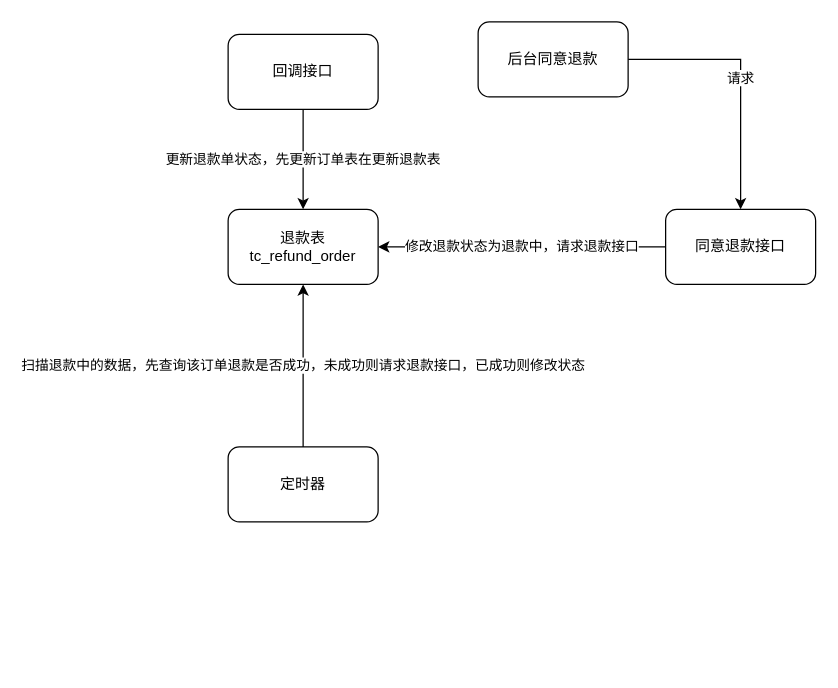
Before: 退款流程图.drawio in 1363797161/fang, a draw.io diagram. Source tidied: cells renumbered, new cells numbered last; positions are measured from the earlier drawing's top-left corner, leaving out a move shared by most shapes. Both pictures are drawn from the tidied source at 125%, with x=0, y=0 at pixel (228, 21).
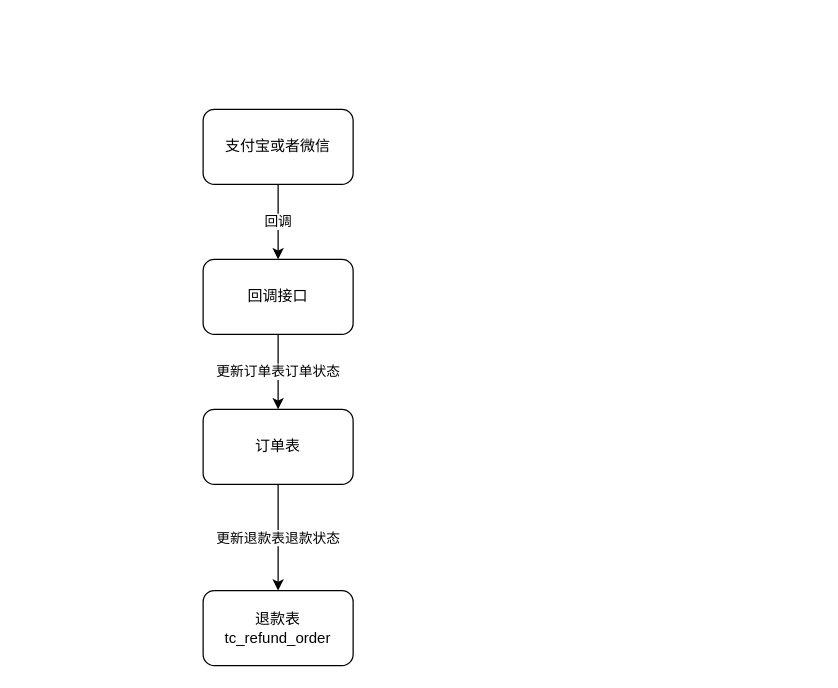
The same page after the edit.

Commit message (it also covers changes not shown here):
更新退款流程图.drawio

Diff of the diagram source:
```diff
@@
 <mxGraphModel>
   <root>
     <mxCell id="0" />
     <mxCell id="1" parent="0" />
-    <mxCell id="2" value="请求" style="edgeStyle=orthogonalEdgeStyle;rounded=0;jettySize=auto;html=1;entryX=0.5;entryY=0;entryDx=0;entryDy=0;" parent="1" edge="1" source="3" target="5">
-      <mxGeometry relative="1" as="geometry" />
-    </mxCell>
-    <mxCell id="3" value="后台同意退款" style="rounded=1;whiteSpace=wrap;html=1;" parent="1" vertex="1">
-      <mxGeometry x="200" width="120" height="60" as="geometry" />
-    </mxCell>
-    <mxCell id="4" value="修改退款状态为退款中，请求退款接口" style="edgeStyle=orthogonalEdgeStyle;rounded=0;jettySize=auto;html=1;entryX=1;entryY=0.5;entryDx=0;entryDy=0;" parent="1" edge="1" source="5" target="6">
-      <mxGeometry relative="1" as="geometry" />
-    </mxCell>
-    <mxCell id="5" value="同意退款接口" style="rounded=1;whiteSpace=wrap;html=1;" parent="1" vertex="1">
-      <mxGeometry x="350" y="150" width="120" height="60" as="geometry" />
-    </mxCell>
     <mxCell id="6" value="退款表tc_refund_order" style="rounded=1;whiteSpace=wrap;html=1;" parent="1" vertex="1">
-      <mxGeometry y="150" width="120" height="60" as="geometry" />
+      <mxGeometry x="-20" y="455" width="120" height="60" as="geometry" />
     </mxCell>
-    <mxCell id="7" value="扫描退款中的数据，先查询该订单退款是否成功，未成功则请求退款接口，已成功则修改状态" style="edgeStyle=orthogonalEdgeStyle;rounded=0;jettySize=auto;html=1;entryX=0.5;entryY=1;entryDx=0;entryDy=0;" parent="1" edge="1" source="8" target="6">
-      <mxGeometry relative="1" as="geometry" />
-    </mxCell>
-    <mxCell id="8" value="定时器" style="rounded=1;whiteSpace=wrap;html=1;" parent="1" vertex="1">
-      <mxGeometry y="340" width="120" height="60" as="geometry" />
-    </mxCell>
-    <mxCell id="9" value="更新退款单状态，先更新订单表在更新退款表" style="edgeStyle=orthogonalEdgeStyle;rounded=0;jettySize=auto;html=1;" parent="1" edge="1" source="10" target="6">
-      <mxGeometry relative="1" as="geometry" />
-    </mxCell>
+    <mxCell id="11" value="更新订单表订单状态" style="edgeStyle=orthogonalEdgeStyle;rounded=0;jettySize=auto;html=1;exitX=0.5;exitY=1;exitDx=0;exitDy=0;entryX=0.5;entryY=0;entryDx=0;entryDy=0;" parent="1" edge="1" source="10" target="15">
+      <mxGeometry relative="1" as="geometry" />
+    </mxCell>
     <mxCell id="10" value="回调接口" style="rounded=1;whiteSpace=wrap;html=1;" parent="1" vertex="1">
-      <mxGeometry y="10" width="120" height="60" as="geometry" />
+      <mxGeometry x="-20" y="190" width="120" height="60" as="geometry" />
     </mxCell>
+    <mxCell id="12" value="回调" style="edgeStyle=orthogonalEdgeStyle;rounded=0;jettySize=auto;html=1;" parent="1" edge="1" source="13" target="10">
+      <mxGeometry relative="1" as="geometry" />
+    </mxCell>
+    <mxCell id="13" value="支付宝或者微信" style="rounded=1;whiteSpace=wrap;html=1;" parent="1" vertex="1">
+      <mxGeometry x="-20" y="70" width="120" height="60" as="geometry" />
+    </mxCell>
+    <mxCell id="14" value="更新退款表退款状态" style="edgeStyle=orthogonalEdgeStyle;rounded=0;jettySize=auto;html=1;exitX=0.5;exitY=1;exitDx=0;exitDy=0;entryX=0.5;entryY=0;entryDx=0;entryDy=0;" parent="1" edge="1" source="15" target="6">
+      <mxGeometry relative="1" as="geometry" />
+    </mxCell>
+    <mxCell id="15" value="订单表" style="rounded=1;whiteSpace=wrap;html=1;" parent="1" vertex="1">
+      <mxGeometry x="-20" y="310" width="120" height="60" as="geometry" />
+    </mxCell>
   </root>
 </mxGraphModel>
```
